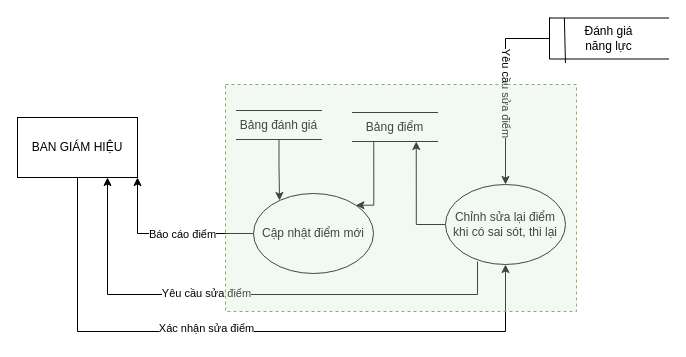
The draw.io diagram 2.2.3.b.drawio in TLGKien/graph, before the edit. Source tidied: cells renumbered, new cells numbered last; positions are measured from the earlier drawing's top-left corner, leaving out a move shared by most shapes. Both pictures are drawn from the tidied source at 100%, with x=0, y=0 at pixel (17, 17).
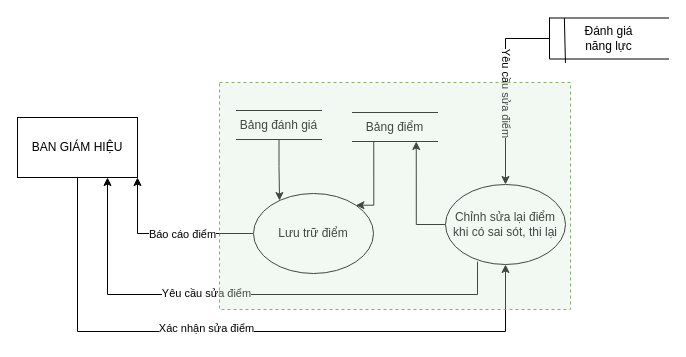
Above is the later version.

What changed in the source:
```diff
@@
-    <mxCell id="11" value="Cập nhật điểm mới" style="ellipse;whiteSpace=wrap;html=1;" parent="1" vertex="1">
+    <mxCell id="11" value="Lưu trữ điểm" style="ellipse;whiteSpace=wrap;html=1;" parent="1" vertex="1">
       <mxGeometry x="236" y="176" width="120" height="80" as="geometry" />
     </mxCell>
@@
     <mxCell id="20" style="rounded=0;whiteSpace=wrap;html=1;fillOpacity=30;fillColor=#d5e8d4;strokeColor=#82b366;dashed=1;" parent="1" vertex="1">
-      <mxGeometry x="208" y="67" width="351" height="227" as="geometry" />
+      <mxGeometry x="202" y="65" width="351" height="227" as="geometry" />
     </mxCell>
```
